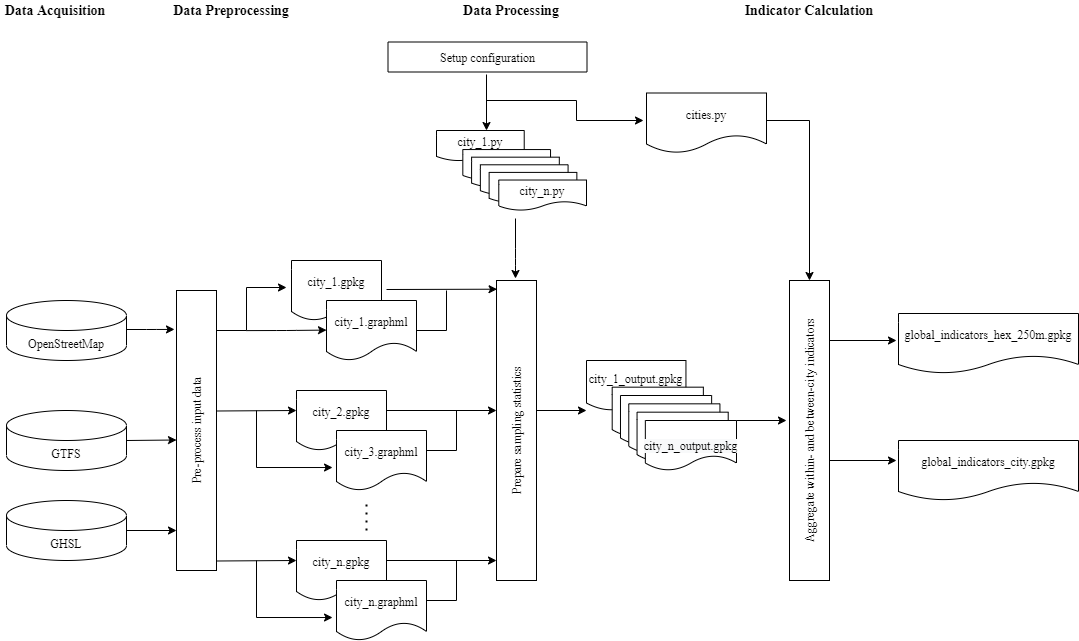
Above: Untitled Diagram.png in healthysustainablecities/global-indicators (draw.io), before the change. Source tidied: cells renumbered, new cells last; positions are measured from the earlier drawing's top-left corner, leaving out a move shared by most shapes.
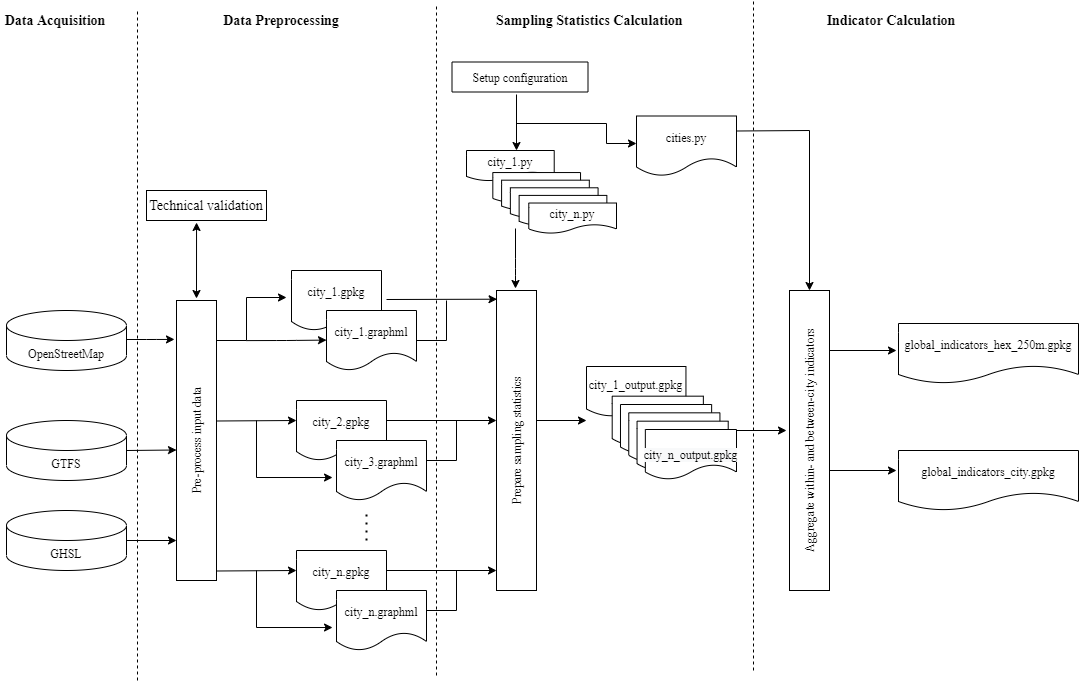
After the change.

Diff of the diagram source:
```diff
@@ -170,13 +170,13 @@
       <mxGeometry y="200" width="120" height="60" as="geometry" />
     </mxCell>
     <mxCell id="32" style="group;" parent="2" vertex="1">
-      <mxGeometry x="580" y="90" width="150" height="110" as="geometry" />
+      <mxGeometry x="580" y="89" width="150" height="110" as="geometry" />
     </mxCell>
     <mxCell id="33" style="group;fontFamily=Times New Roman;" parent="32" vertex="1">
       <mxGeometry width="150" height="110" as="geometry" />
     </mxCell>
     <mxCell id="34" value="city_1_output.gpkg" style="shape=document;whiteSpace=wrap;html=1;boundedLbl=1;fontFamily=Times New Roman;" parent="33" vertex="1">
-      <mxGeometry width="99.5" height="50" as="geometry" />
+      <mxGeometry y="-3" width="99.5" height="50" as="geometry" />
     </mxCell>
     <mxCell id="35" style="shape=document;whiteSpace=wrap;html=1;boundedLbl=1;fontFamily=Times New Roman;" parent="33" vertex="1">
       <mxGeometry x="25.7" y="26.7" width="91.2" height="50" as="geometry" />
@@ -193,25 +193,31 @@
     <mxCell id="39" value="&lt;br&gt;&lt;span style=&quot;color: rgb(0, 0, 0); font-size: 12px; font-style: normal; font-weight: 400; letter-spacing: normal; text-align: center; text-indent: 0px; text-transform: none; word-spacing: 0px; background-color: rgb(248, 249, 250); display: inline; float: none;&quot;&gt;city_n_output.gpkg&lt;/span&gt;" style="shape=document;whiteSpace=wrap;html=1;boundedLbl=1;fontFamily=Times New Roman;" parent="33" vertex="1">
       <mxGeometry x="58.8" y="60" width="91.2" height="50" as="geometry" />
     </mxCell>
+    <mxCell id="66" style="endArrow=none;dashed=1;html=1;fontFamily=Times New Roman;fontSize=14;strokeWidth=1;" parent="2" edge="1">
+      <mxGeometry relative="1" as="geometry">
+        <mxPoint x="430" y="395" as="sourcePoint" />
+        <mxPoint x="430" y="-275" as="targetPoint" />
+      </mxGeometry>
+    </mxCell>
     <mxCell id="40" style="group;fontFamily=Times New Roman;" parent="1" vertex="1">
-      <mxGeometry x="356" y="73" width="410" height="195" as="geometry" />
+      <mxGeometry x="386" y="86" width="410" height="195" as="geometry" />
     </mxCell>
     <mxCell id="41" style="group;fontFamily=Times New Roman;" parent="40" vertex="1">
-      <mxGeometry width="341" height="195" as="geometry" />
+      <mxGeometry width="370" height="195" as="geometry" />
     </mxCell>
     <mxCell id="42" value="Setup configuration" style="rounded=0;whiteSpace=wrap;html=1;horizontal=0;rotation=90;fontFamily=Times New Roman;" parent="41" vertex="1">
-      <mxGeometry x="116" y="-73" width="30" height="199" as="geometry" />
+      <mxGeometry x="118.5" y="-44.5" width="30" height="136" as="geometry" />
     </mxCell>
     <mxCell id="43" style="endArrow=classic;html=1;fontFamily=Times New Roman;" parent="41" edge="1">
       <mxGeometry relative="1" as="geometry">
-        <mxPoint x="130" y="44" as="sourcePoint" />
-        <mxPoint x="130" y="100" as="targetPoint" />
+        <mxPoint x="130" y="41" as="sourcePoint" />
+        <mxPoint x="130" y="97" as="targetPoint" />
       </mxGeometry>
     </mxCell>
     <mxCell id="44" style="endArrow=classic;html=1;rounded=0;fontFamily=Times New Roman;" parent="41" edge="1">
       <mxGeometry relative="1" as="geometry">
         <mxPoint x="130" y="70" as="sourcePoint" />
-        <mxPoint x="287" y="90" as="targetPoint" />
+        <mxPoint x="250" y="90" as="targetPoint" />
         <Array as="points">
           <mxPoint x="220" y="70" />
           <mxPoint x="220" y="90" />
@@ -225,7 +231,7 @@
       <mxGeometry width="150" height="80" as="geometry" />
     </mxCell>
     <mxCell id="47" value="city_1.py" style="shape=document;whiteSpace=wrap;html=1;boundedLbl=1;fontFamily=Times New Roman;" parent="46" vertex="1">
-      <mxGeometry width="87.7" height="30.5" as="geometry" />
+      <mxGeometry y="-3" width="87.7" height="30.5" as="geometry" />
     </mxCell>
     <mxCell id="48" style="shape=document;whiteSpace=wrap;html=1;boundedLbl=1;fontFamily=Times New Roman;" parent="46" vertex="1">
       <mxGeometry x="26.3" y="19" width="87.7" height="30.5" as="geometry" />
@@ -242,9 +248,15 @@
     <mxCell id="52" value="city_n.py" style="shape=document;whiteSpace=wrap;html=1;boundedLbl=1;fontFamily=Times New Roman;" parent="46" vertex="1">
       <mxGeometry x="62.3" y="49.5" width="87.7" height="30.5" as="geometry" />
     </mxCell>
-    <mxCell id="53" value="cities.py" style="shape=document;whiteSpace=wrap;html=1;boundedLbl=1;fontFamily=Times New Roman;" parent="40" vertex="1">
-      <mxGeometry x="290" y="62.5" width="120" height="60" as="geometry" />
+    <mxCell id="53" value="cities.py" style="shape=document;whiteSpace=wrap;html=1;boundedLbl=1;fontFamily=Times New Roman;" parent="41" vertex="1">
+      <mxGeometry x="250" y="62.5" width="100" height="60" as="geometry" />
     </mxCell>
+    <mxCell id="67" style="endArrow=none;dashed=1;html=1;fontFamily=Times New Roman;fontSize=14;strokeWidth=1;" parent="40" edge="1">
+      <mxGeometry relative="1" as="geometry">
+        <mxPoint x="367" y="617" as="sourcePoint" />
+        <mxPoint x="367" y="-53" as="targetPoint" />
+      </mxGeometry>
+    </mxCell>
     <mxCell id="54" style="endArrow=classic;html=1;fontFamily=Times New Roman;" parent="1" edge="1">
       <mxGeometry relative="1" as="geometry">
         <mxPoint x="515" y="261" as="sourcePoint" />
@@ -263,9 +275,8 @@
         <mxPoint x="786" y="463" as="targetPoint" />
       </mxGeometry>
     </mxCell>
-    <mxCell id="57" style="endArrow=classic;html=1;entryX=0.5;entryY=0;entryDx=0;entryDy=0;rounded=0;fontFamily=Times New Roman;" parent="1" edge="1" target="55">
+    <mxCell id="57" style="endArrow=classic;html=1;entryX=0.5;entryY=0;entryDx=0;entryDy=0;rounded=0;fontFamily=Times New Roman;exitX=1;exitY=0.25;exitDx=0;exitDy=0;" parent="1" edge="1" source="53" target="55">
       <mxGeometry relative="1" as="geometry">
-        <mxPoint x="766" y="163" as="sourcePoint" />
         <Array as="points">
           <mxPoint x="809" y="163" />
         </Array>
@@ -293,13 +304,28 @@
       <mxGeometry y="43" width="110" height="20" as="geometry" />
     </mxCell>
     <mxCell id="63" value="Data Preprocessing" style="text;html=1;strokeColor=none;fillColor=none;align=center;verticalAlign=middle;whiteSpace=wrap;rounded=0;fontFamily=Times New Roman;fontStyle=1;fontSize=14;" parent="1" vertex="1">
-      <mxGeometry x="156" y="43" width="150" height="20" as="geometry" />
+      <mxGeometry x="206" y="43" width="150" height="20" as="geometry" />
     </mxCell>
-    <mxCell id="64" value="Data Processing" style="text;html=1;strokeColor=none;fillColor=none;align=center;verticalAlign=middle;whiteSpace=wrap;rounded=0;fontFamily=Times New Roman;fontStyle=1;fontSize=14;" parent="1" vertex="1">
-      <mxGeometry x="436" y="43" width="150" height="20" as="geometry" />
+    <mxCell id="64" value="Sampling Statistics Calculation&amp;nbsp;" style="text;html=1;strokeColor=none;fillColor=none;align=center;verticalAlign=middle;whiteSpace=wrap;rounded=0;fontFamily=Times New Roman;fontStyle=1;fontSize=14;" parent="1" vertex="1">
+      <mxGeometry x="481" y="43" width="220" height="20" as="geometry" />
     </mxCell>
     <mxCell id="65" value="Indicator Calculation" style="text;html=1;strokeColor=none;fillColor=none;align=center;verticalAlign=middle;whiteSpace=wrap;rounded=0;fontFamily=Times New Roman;fontStyle=1;fontSize=14;" parent="1" vertex="1">
-      <mxGeometry x="734" y="43" width="150" height="20" as="geometry" />
+      <mxGeometry x="816" y="43" width="150" height="20" as="geometry" />
     </mxCell>
+    <mxCell id="68" value="Technical validation" style="rounded=0;whiteSpace=wrap;html=1;fontFamily=Times New Roman;fontSize=14;" parent="1" vertex="1">
+      <mxGeometry x="146" y="223" width="120" height="30" as="geometry" />
+    </mxCell>
+    <mxCell id="69" style="endArrow=classic;startArrow=classic;html=1;fontFamily=Times New Roman;fontSize=14;entryX=0.417;entryY=1.1;entryDx=0;entryDy=0;entryPerimeter=0;" parent="1" edge="1">
+      <mxGeometry relative="1" as="geometry">
+        <mxPoint x="196" y="331" as="sourcePoint" />
+        <mxPoint x="196" y="255" as="targetPoint" />
+      </mxGeometry>
+    </mxCell>
+    <mxCell id="70" style="endArrow=none;dashed=1;html=1;fontFamily=Times New Roman;fontSize=14;strokeWidth=1;" parent="1" edge="1">
+      <mxGeometry relative="1" as="geometry">
+        <mxPoint x="137" y="713" as="sourcePoint" />
+        <mxPoint x="137" y="43" as="targetPoint" />
+      </mxGeometry>
+    </mxCell>
   </root>
 </mxGraphModel>
```
